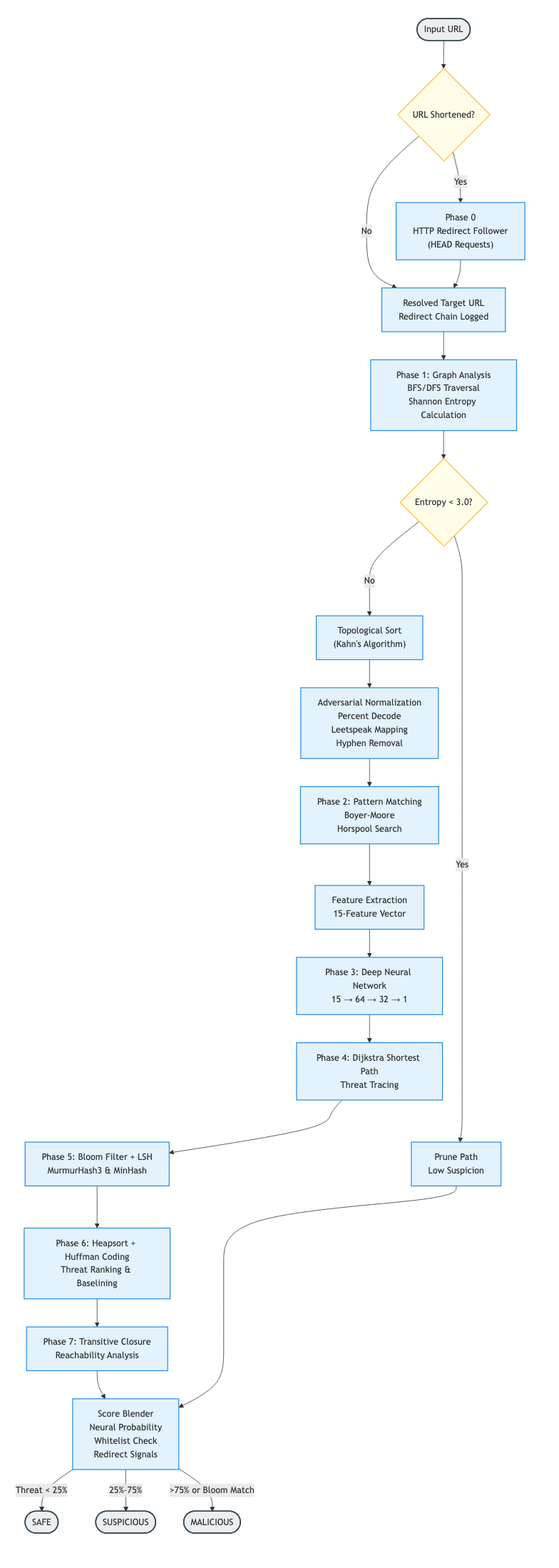
Before: Documentation/architecture_flowchart.png, a diagram exported from Mermaid (RaghottamNadgoudar/Malicious_url_detection). Its source is kept beside it as Documentation/architecture_flowchart.mmd.
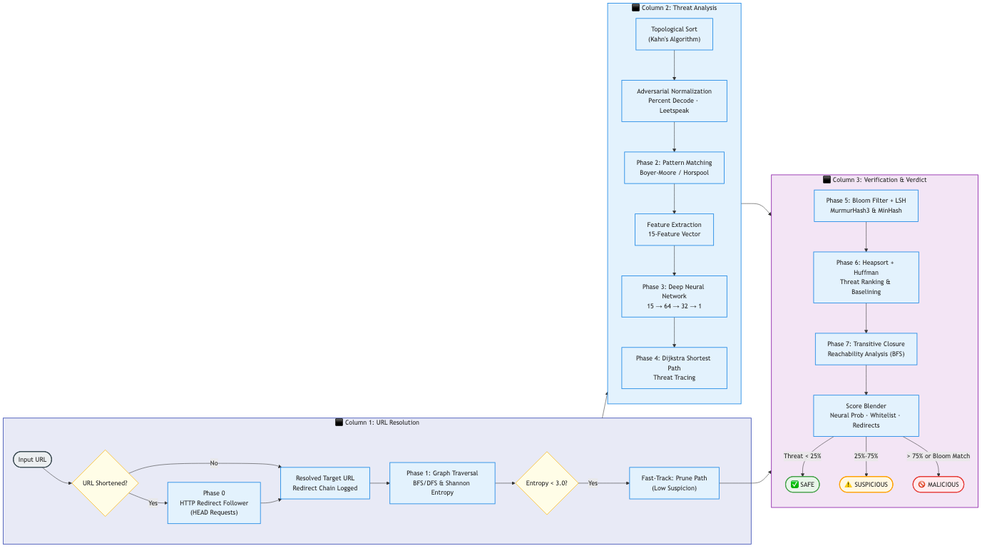
Above is the later version.

Commit message:
docs: redesign architecture flowchart as 3-column landscape layout for report pages

- Switched to 3-column LR layout with vertical TB subgraphs
- Col1: URL Resolution (Phase 0-1), Col2: Threat Analysis (Phase 2-4), Col3: Verdict (Phase 5-7)
- Added color-coded subgraph backgrounds and node styling
- Reduced aspect ratio to 1.79:1 (landscape) — fits on a single report page
- Regenerated SVG and PNG (1384x772) from updated .mmd source

Change to the diagram source:
```diff
@@ -1,76 +1,53 @@
-flowchart TD
-
-    subgraph Col1 [ ]
+flowchart LR
+    subgraph Col1 ["⬛ Column 1: URL Resolution"]
         direction TB
-        A([Input URL])
-        B{URL Shortened?}
-        C["Phase 0<br/>HTTP Redirect Follower<br/>(HEAD Requests)"]
-        D["Resolved Target URL<br/>Redirect Chain Logged"]
-        E["Phase 1: Graph Analysis<br/>BFS/DFS Traversal<br/>Shannon Entropy Calculation"]
-        F{Entropy < 3.0?}
-
-        A --> B
-        B -- Yes --> C
-        B -- No --> D
+        A([Input URL]) --> B{URL Shortened?}
+        B -->|Yes| C["Phase 0<br/>HTTP Redirect Follower<br/>(HEAD Requests)"]
+        B -->|No| D["Resolved Target URL<br/>Redirect Chain Logged"]
         C --> D
-        D --> E
-        E --> F
+        D --> E["Phase 1: Graph Traversal<br/>BFS/DFS & Shannon Entropy"]
+        E --> F{Entropy < 3.0?}
+        F -->|Yes| G["Fast-Track: Prune Path<br/>(Low Suspicion)"]
     end
 
-    subgraph Col2 [ ]
+    subgraph Col2 ["⬛ Column 2: Threat Analysis"]
         direction TB
-        H["Topological Sort<br/>(Kahn's Algorithm)"]
-        I["Adversarial Normalization<br/>Percent Decode<br/>Leetspeak Mapping<br/>Hyphen Removal"]
-        J["Phase 2: Pattern Matching<br/>Boyer-Moore<br/>Horspool Search"]
-        K["Feature Extraction<br/>15-Feature Vector"]
-        L["Phase 3: Deep Neural Network<br/>15 → 64 → 32 → 1"]
-        M["Phase 4: Dijkstra Shortest Path<br/>Threat Tracing"]
-        G["Prune Path<br/>Low Suspicion"]
-
-        H --> I
-        I --> J
-        J --> K
-        K --> L
-        L --> M
-
-        M ~~~ G
+        H["Topological Sort<br/>(Kahn's Algorithm)"] --> I["Adversarial Normalization<br/>Percent Decode · Leetspeak"]
+        I --> J["Phase 2: Pattern Matching<br/>Boyer-Moore / Horspool"]
+        J --> K["Feature Extraction<br/>15-Feature Vector"]
+        K --> L["Phase 3: Deep Neural Network<br/>15 → 64 → 32 → 1"]
+        L --> M["Phase 4: Dijkstra Shortest Path<br/>Threat Tracing"]
     end
 
-    subgraph Col3 [ ]
+    subgraph Col3 ["⬛ Column 3: Verification & Verdict"]
         direction TB
-        N["Phase 5: Bloom Filter + LSH<br/>MurmurHash3 & MinHash"]
-        O["Phase 6: Heapsort + Huffman Coding<br/>Threat Ranking & Baselining"]
-        P["Phase 7: Transitive Closure<br/>Reachability Analysis"]
-        Q["Score Blender<br/>Neural Probability<br/>Whitelist Check<br/>Redirect Signals"]
-
-        R([SAFE])
-        S([SUSPICIOUS])
-        T([MALICIOUS])
-
-        N --> O
-        O --> P
-        P --> Q
-
-        Q -- Threat < 25% --> R
-        Q -- 25%–75% --> S
-        Q -- >75% or Bloom Match --> T
+        N["Phase 5: Bloom Filter + LSH<br/>MurmurHash3 & MinHash"] --> O["Phase 6: Heapsort + Huffman<br/>Threat Ranking & Baselining"]
+        O --> P["Phase 7: Transitive Closure<br/>Reachability Analysis (BFS)"]
+        P --> Q["Score Blender<br/>Neural Prob · Whitelist · Redirects"]
+        Q -->|Threat < 25%| R([✅ SAFE])
+        Q -->|25%–75%| S([⚠️ SUSPICIOUS])
+        Q -->|> 75% or Bloom Match| T([🚫 MALICIOUS])
     end
 
-    F -- No --> H
-    M --> N
+    Col1 --> Col2
+    Col2 --> Col3
 
-    F -- Yes --> G
-    G --> Q
+    G --> Col3
 
-    style Col1 fill:none,stroke:none
-    style Col2 fill:none,stroke:none
-    style Col3 fill:none,stroke:none
+    style Col1 fill:#E8EAF6,stroke:#3F51B5,stroke-width:1.5px
+    style Col2 fill:#E3F2FD,stroke:#1E88E5,stroke-width:1.5px
+    style Col3 fill:#F3E5F5,stroke:#8E24AA,stroke-width:1.5px
 
-    classDef start fill:#ECEFF1,stroke:#37474F,stroke-width:2px;
-    classDef process fill:#E3F2FD,stroke:#1E88E5,stroke-width:1.5px;
-    classDef decision fill:#FFFDE7,stroke:#FBC02D,stroke-width:1.5px;
-    classDef output fill:#E8F5E9,stroke:#43A047,stroke-width:2px;
+    classDef start fill:#ECEFF1,stroke:#37474F,stroke-width:2px
+    classDef process fill:#E3F2FD,stroke:#1E88E5,stroke-width:1.5px
+    classDef decision fill:#FFFDE7,stroke:#FBC02D,stroke-width:1.5px
+    classDef safe fill:#E8F5E9,stroke:#43A047,stroke-width:2px
+    classDef suspicious fill:#FFF8E1,stroke:#FFA000,stroke-width:2px
+    classDef malicious fill:#FFEBEE,stroke:#E53935,stroke-width:2px
 
-    class A,R,S,T start;
-    class B,F decision;
-    class C,D,E,G,H,I,J,K,L,M,N,O,P,Q process;
+    class A start
+    class B,F decision
+    class C,D,E,G,H,I,J,K,L,M,N,O,P,Q process
+    class R safe
+    class S suspicious
+    class T malicious
```
